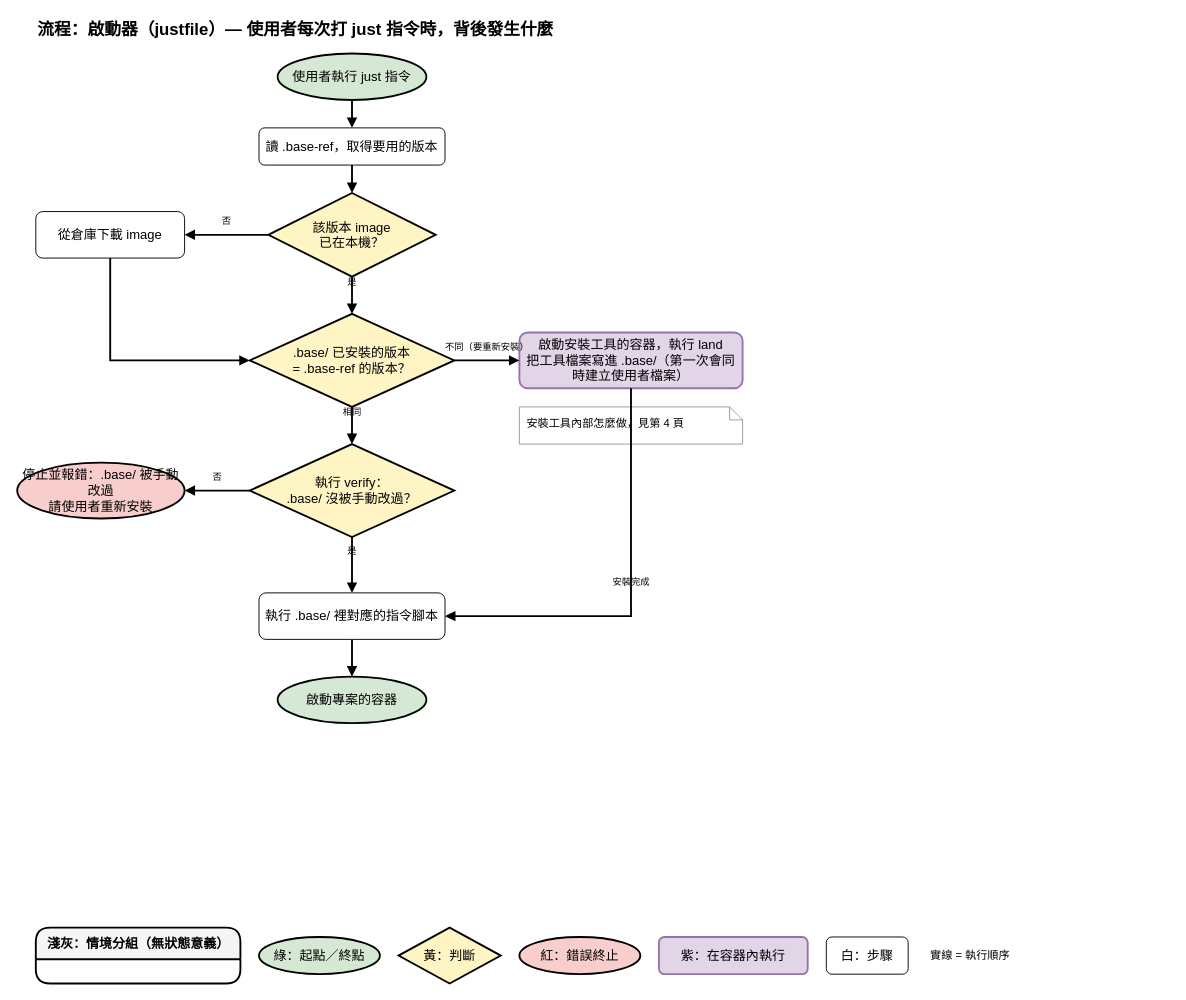
This is page "3. 流程：啟動器" (3 of 6) of dist_distribution.drawio from ycpss91255-research/vendor_kit, a draw.io file, before an edit. Source tidied: cells renumbered, new cells numbered last; positions are measured from the earlier drawing's top-left corner, leaving out a move shared by most shapes. Both pictures are drawn from the tidied source at 93%, with x=0, y=0 at pixel (17, 16).
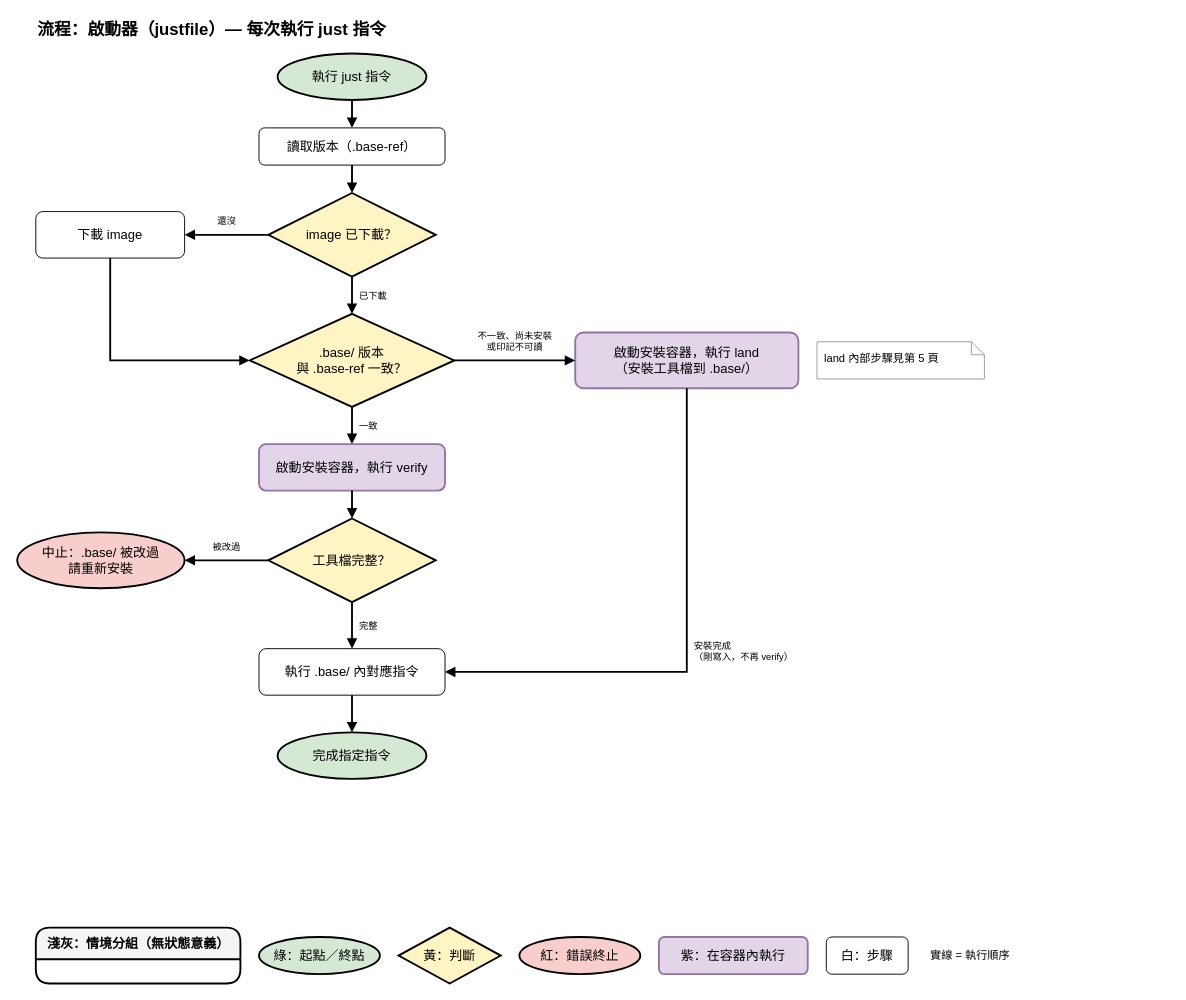
The same page after the edit.

Change to the diagram source:
```diff
@@
-    <mxCell id="2" value="流程：啟動器（justfile）— 使用者每次打 just 指令時，背後發生什麼" style="text;html=1;fontSize=18;fontStyle=1;align=left;verticalAlign=middle;" parent="1" vertex="1">
+    <mxCell id="2" value="流程：啟動器（justfile）— 每次執行 just 指令" style="text;html=1;fontSize=18;fontStyle=1;align=left;verticalAlign=middle;" parent="1" vertex="1">
       <mxGeometry x="20" width="900" height="30" as="geometry" />
     </mxCell>
-    <mxCell id="3" value="使用者執行 just 指令" style="ellipse;whiteSpace=wrap;html=1;fillColor=#d5e8d4;strokeColor=#000000;strokeWidth=2;fontSize=14;" parent="1" vertex="1">
+    <mxCell id="3" value="執行 just 指令" style="ellipse;whiteSpace=wrap;html=1;fillColor=#d5e8d4;strokeColor=#000000;strokeWidth=2;fontSize=14;" parent="1" vertex="1">
       <mxGeometry x="280" y="40" width="160" height="50" as="geometry" />
     </mxCell>
-    <mxCell id="4" value="讀 .base-ref，取得要用的版本" style="rounded=1;whiteSpace=wrap;html=1;fillColor=#ffffff;strokeColor=light-dark(#000000,#9577A3);fontSize=14;strokeWidth=1;" parent="1" vertex="1">
+    <mxCell id="4" value="讀取版本（.base-ref）" style="rounded=1;whiteSpace=wrap;html=1;fillColor=#ffffff;strokeColor=light-dark(#000000,#9577A3);fontSize=14;strokeWidth=1;" parent="1" vertex="1">
       <mxGeometry x="260" y="120" width="200" height="40" as="geometry" />
     </mxCell>
-    <mxCell id="5" value="該版本 image&lt;br&gt;已在本機？" style="rhombus;whiteSpace=wrap;html=1;fillColor=#FFF4C3;strokeColor=#000000;strokeWidth=2;fontSize=14;" parent="1" vertex="1">
+    <mxCell id="5" value="image 已下載？" style="rhombus;whiteSpace=wrap;html=1;fillColor=#FFF4C3;strokeColor=#000000;strokeWidth=2;fontSize=14;" parent="1" vertex="1">
       <mxGeometry x="270" y="190" width="180" height="90" as="geometry" />
     </mxCell>
-    <mxCell id="6" value="從倉庫下載 image" style="rounded=1;whiteSpace=wrap;html=1;fillColor=#ffffff;strokeColor=light-dark(#000000,#9577A3);fontSize=14;strokeWidth=1;" parent="1" vertex="1">
+    <mxCell id="6" value="下載 image" style="rounded=1;whiteSpace=wrap;html=1;fillColor=#ffffff;strokeColor=light-dark(#000000,#9577A3);fontSize=14;strokeWidth=1;" parent="1" vertex="1">
       <mxGeometry x="20" y="210" width="160" height="50" as="geometry" />
     </mxCell>
-    <mxCell id="7" value=".base/ 已安裝的版本&lt;br&gt;= .base-ref 的版本？" style="rhombus;whiteSpace=wrap;html=1;fillColor=#FFF4C3;strokeColor=#000000;strokeWidth=2;fontSize=14;" parent="1" vertex="1">
+    <mxCell id="7" value=".base/ 版本&lt;br&gt;與 .base-ref 一致？" style="rhombus;whiteSpace=wrap;html=1;fillColor=#FFF4C3;strokeColor=#000000;strokeWidth=2;fontSize=14;" parent="1" vertex="1">
       <mxGeometry x="250" y="320" width="220" height="100" as="geometry" />
     </mxCell>
-    <mxCell id="8" value="啟動安裝工具的容器，執行 land&lt;br&gt;把工具檔案寫進 .base/（第一次會同時建立使用者檔案）" style="rounded=1;whiteSpace=wrap;html=1;fillColor=#e1d5e7;strokeColor=#9673a6;fontSize=14;strokeWidth=2;" parent="1" vertex="1">
-      <mxGeometry x="540" y="340" width="240" height="60" as="geometry" />
+    <mxCell id="8" value="啟動安裝容器，執行 land&lt;br&gt;（安裝工具檔到 .base/）" style="rounded=1;whiteSpace=wrap;html=1;fillColor=#e1d5e7;strokeColor=#9673a6;fontSize=14;strokeWidth=2;" parent="1" vertex="1">
+      <mxGeometry x="600" y="340" width="240" height="60" as="geometry" />
     </mxCell>
-    <mxCell id="9" value="安裝工具內部怎麼做，見第 4 頁" style="shape=note;whiteSpace=wrap;html=1;size=14;fillColor=#ffffff;strokeColor=#999999;align=left;verticalAlign=top;spacingLeft=6;spacingTop=4;fontSize=12;" parent="1" vertex="1">
-      <mxGeometry x="540" y="420" width="240" height="40" as="geometry" />
+    <mxCell id="9" value="land 內部步驟見第 5 頁" style="shape=note;whiteSpace=wrap;html=1;size=14;fillColor=#ffffff;strokeColor=#999999;align=left;verticalAlign=top;spacingLeft=6;spacingTop=4;fontSize=12;" parent="1" vertex="1">
+      <mxGeometry x="860" y="350" width="180" height="40" as="geometry" />
     </mxCell>
+    <mxCell id="32" value="啟動安裝容器，執行 verify" style="rounded=1;whiteSpace=wrap;html=1;fillColor=#e1d5e7;strokeColor=#9673a6;fontSize=14;strokeWidth=2;" parent="1" vertex="1">
+      <mxGeometry x="260" y="460" width="200" height="50" as="geometry" />
+    </mxCell>
-    <mxCell id="10" value="執行 verify：&lt;br&gt;.base/ 沒被手動改過？" style="rhombus;whiteSpace=wrap;html=1;fillColor=#FFF4C3;strokeColor=#000000;strokeWidth=2;fontSize=14;" parent="1" vertex="1">
-      <mxGeometry x="250" y="460" width="220" height="100" as="geometry" />
+    <mxCell id="10" value="工具檔完整？" style="rhombus;whiteSpace=wrap;html=1;fillColor=#FFF4C3;strokeColor=#000000;strokeWidth=2;fontSize=14;" parent="1" vertex="1">
+      <mxGeometry x="270" y="540" width="180" height="90" as="geometry" />
     </mxCell>
-    <mxCell id="11" value="停止並報錯：.base/ 被手動改過&lt;br&gt;請使用者重新安裝" style="ellipse;whiteSpace=wrap;html=1;fillColor=#f8cecc;strokeColor=#000000;strokeWidth=2;fontSize=14;" parent="1" vertex="1">
-      <mxGeometry y="480" width="180" height="60" as="geometry" />
+    <mxCell id="11" value="中止：.base/ 被改過&lt;br&gt;請重新安裝" style="ellipse;whiteSpace=wrap;html=1;fillColor=#f8cecc;strokeColor=#000000;strokeWidth=2;fontSize=14;" parent="1" vertex="1">
+      <mxGeometry y="555" width="180" height="60" as="geometry" />
     </mxCell>
-    <mxCell id="12" value="執行 .base/ 裡對應的指令腳本" style="rounded=1;whiteSpace=wrap;html=1;fillColor=#ffffff;strokeColor=light-dark(#000000,#9577A3);fontSize=14;strokeWidth=1;" parent="1" vertex="1">
-      <mxGeometry x="260" y="620" width="200" height="50" as="geometry" />
+    <mxCell id="12" value="執行 .base/ 內對應指令" style="rounded=1;whiteSpace=wrap;html=1;fillColor=#ffffff;strokeColor=light-dark(#000000,#9577A3);fontSize=14;strokeWidth=1;" parent="1" vertex="1">
+      <mxGeometry x="260" y="680" width="200" height="50" as="geometry" />
     </mxCell>
-    <mxCell id="13" value="啟動專案的容器" style="ellipse;whiteSpace=wrap;html=1;fillColor=#d5e8d4;strokeColor=#000000;strokeWidth=2;fontSize=14;" parent="1" vertex="1">
-      <mxGeometry x="280" y="710" width="160" height="50" as="geometry" />
+    <mxCell id="13" value="完成指定指令" style="ellipse;whiteSpace=wrap;html=1;fillColor=#d5e8d4;strokeColor=#000000;strokeWidth=2;fontSize=14;" parent="1" vertex="1">
+      <mxGeometry x="280" y="770" width="160" height="50" as="geometry" />
     </mxCell>
@@
-    <mxCell id="16" value="否" style="edgeStyle=orthogonalEdgeStyle;rounded=0;jettySize=auto;html=1;strokeColor=default;strokeWidth=2;align=center;verticalAlign=bottom;spacingBottom=6;fontFamily=Helvetica;fontSize=10;fontColor=default;labelBorderColor=none;labelBackgroundColor=none;endArrow=block;endFill=1;exitX=0;exitY=0.5;exitDx=0;exitDy=0;entryX=1;entryY=0.5;entryDx=0;entryDy=0;" parent="1" edge="1" source="5" target="6">
+    <mxCell id="16" value="還沒" style="edgeStyle=orthogonalEdgeStyle;rounded=0;jettySize=auto;html=1;strokeColor=default;strokeWidth=2;align=center;verticalAlign=bottom;spacingBottom=6;fontFamily=Helvetica;fontSize=10;fontColor=default;labelBorderColor=none;labelBackgroundColor=none;endArrow=block;endFill=1;exitX=0;exitY=0.5;exitDx=0;exitDy=0;entryX=1;entryY=0.5;entryDx=0;entryDy=0;" parent="1" edge="1" source="5" target="6">
       <mxGeometry relative="1" as="geometry" />
     </mxCell>
-    <mxCell id="17" value="是" style="edgeStyle=orthogonalEdgeStyle;rounded=0;jettySize=auto;html=1;strokeColor=default;strokeWidth=2;align=center;verticalAlign=bottom;spacingBottom=6;fontFamily=Helvetica;fontSize=10;fontColor=default;labelBorderColor=none;labelBackgroundColor=none;endArrow=block;endFill=1;exitX=0.5;exitY=1;exitDx=0;exitDy=0;entryX=0.5;entryY=0;entryDx=0;entryDy=0;" parent="1" edge="1" source="5" target="7">
+    <mxCell id="17" value="已下載" style="edgeStyle=orthogonalEdgeStyle;rounded=0;jettySize=auto;html=1;strokeColor=default;strokeWidth=2;align=center;verticalAlign=bottom;spacingBottom=6;fontFamily=Helvetica;fontSize=10;fontColor=default;labelBorderColor=none;labelBackgroundColor=none;endArrow=block;endFill=1;exitX=0.5;exitY=1;exitDx=0;exitDy=0;entryX=0.5;entryY=0;entryDx=0;entryDy=0;align=left;verticalAlign=middle;spacingLeft=6;spacingBottom=0;" parent="1" edge="1" source="5" target="7">
       <mxGeometry relative="1" as="geometry" />
     </mxCell>
@@
-    <mxCell id="19" value="不同（要重新安裝）" style="edgeStyle=orthogonalEdgeStyle;rounded=0;jettySize=auto;html=1;strokeColor=default;strokeWidth=2;align=center;verticalAlign=bottom;spacingBottom=6;fontFamily=Helvetica;fontSize=10;fontColor=default;labelBorderColor=none;labelBackgroundColor=none;endArrow=block;endFill=1;exitX=1;exitY=0.5;exitDx=0;exitDy=0;entryX=0;entryY=0.5;entryDx=0;entryDy=0;" parent="1" edge="1" source="7" target="8">
+    <mxCell id="19" value="不一致、尚未安裝&lt;br&gt;或印記不可讀" style="edgeStyle=orthogonalEdgeStyle;rounded=0;jettySize=auto;html=1;strokeColor=default;strokeWidth=2;align=center;verticalAlign=bottom;spacingBottom=6;fontFamily=Helvetica;fontSize=10;fontColor=default;labelBorderColor=none;labelBackgroundColor=none;endArrow=block;endFill=1;exitX=1;exitY=0.5;exitDx=0;exitDy=0;entryX=0;entryY=0.5;entryDx=0;entryDy=0;" parent="1" edge="1" source="7" target="8">
       <mxGeometry relative="1" as="geometry" />
     </mxCell>
-    <mxCell id="20" value="相同" style="edgeStyle=orthogonalEdgeStyle;rounded=0;jettySize=auto;html=1;strokeColor=default;strokeWidth=2;align=center;verticalAlign=bottom;spacingBottom=6;fontFamily=Helvetica;fontSize=10;fontColor=default;labelBorderColor=none;labelBackgroundColor=none;endArrow=block;endFill=1;exitX=0.5;exitY=1;exitDx=0;exitDy=0;entryX=0.5;entryY=0;entryDx=0;entryDy=0;" parent="1" edge="1" source="7" target="10">
+    <mxCell id="20" value="一致" style="edgeStyle=orthogonalEdgeStyle;rounded=0;jettySize=auto;html=1;strokeColor=default;strokeWidth=2;align=center;verticalAlign=bottom;spacingBottom=6;fontFamily=Helvetica;fontSize=10;fontColor=default;labelBorderColor=none;labelBackgroundColor=none;endArrow=block;endFill=1;exitX=0.5;exitY=1;exitDx=0;exitDy=0;entryX=0.5;entryY=0;entryDx=0;entryDy=0;align=left;verticalAlign=middle;spacingLeft=6;spacingBottom=0;" parent="1" edge="1" source="7" target="32">
       <mxGeometry relative="1" as="geometry" />
     </mxCell>
+    <mxCell id="33" style="edgeStyle=orthogonalEdgeStyle;rounded=0;jettySize=auto;html=1;strokeColor=default;strokeWidth=2;align=center;verticalAlign=bottom;spacingBottom=6;fontFamily=Helvetica;fontSize=10;fontColor=default;labelBorderColor=none;labelBackgroundColor=none;endArrow=block;endFill=1;" parent="1" edge="1" source="32" target="10">
+      <mxGeometry relative="1" as="geometry" />
+    </mxCell>
-    <mxCell id="21" value="安裝完成" style="edgeStyle=orthogonalEdgeStyle;rounded=0;jettySize=auto;html=1;strokeColor=default;strokeWidth=2;align=center;verticalAlign=bottom;spacingBottom=6;fontFamily=Helvetica;fontSize=10;fontColor=default;labelBorderColor=none;labelBackgroundColor=none;endArrow=block;endFill=1;exitX=0.5;exitY=1;exitDx=0;exitDy=0;entryX=1;entryY=0.5;entryDx=0;entryDy=0;" parent="1" edge="1" source="8" target="12">
+    <mxCell id="21" value="安裝完成&lt;br&gt;（剛寫入，不再 verify）" style="edgeStyle=orthogonalEdgeStyle;rounded=0;jettySize=auto;html=1;strokeColor=default;strokeWidth=2;align=center;verticalAlign=bottom;spacingBottom=6;fontFamily=Helvetica;fontSize=10;fontColor=default;labelBorderColor=none;labelBackgroundColor=none;endArrow=block;endFill=1;exitX=0.5;exitY=1;exitDx=0;exitDy=0;entryX=1;entryY=0.5;entryDx=0;entryDy=0;align=left;verticalAlign=middle;spacingLeft=6;spacingBottom=0;" parent="1" edge="1" source="8" target="12">
       <mxGeometry relative="1" as="geometry" />
     </mxCell>
-    <mxCell id="22" value="否" style="edgeStyle=orthogonalEdgeStyle;rounded=0;jettySize=auto;html=1;strokeColor=default;strokeWidth=2;align=center;verticalAlign=bottom;spacingBottom=6;fontFamily=Helvetica;fontSize=10;fontColor=default;labelBorderColor=none;labelBackgroundColor=none;endArrow=block;endFill=1;exitX=0;exitY=0.5;exitDx=0;exitDy=0;entryX=1;entryY=0.5;entryDx=0;entryDy=0;" parent="1" edge="1" source="10" target="11">
+    <mxCell id="22" value="被改過" style="edgeStyle=orthogonalEdgeStyle;rounded=0;jettySize=auto;html=1;strokeColor=default;strokeWidth=2;align=center;verticalAlign=bottom;spacingBottom=6;fontFamily=Helvetica;fontSize=10;fontColor=default;labelBorderColor=none;labelBackgroundColor=none;endArrow=block;endFill=1;exitX=0;exitY=0.5;exitDx=0;exitDy=0;entryX=1;entryY=0.5;entryDx=0;entryDy=0;" parent="1" edge="1" source="10" target="11">
       <mxGeometry relative="1" as="geometry" />
     </mxCell>
-    <mxCell id="23" value="是" style="edgeStyle=orthogonalEdgeStyle;rounded=0;jettySize=auto;html=1;strokeColor=default;strokeWidth=2;align=center;verticalAlign=bottom;spacingBottom=6;fontFamily=Helvetica;fontSize=10;fontColor=default;labelBorderColor=none;labelBackgroundColor=none;endArrow=block;endFill=1;exitX=0.5;exitY=1;exitDx=0;exitDy=0;entryX=0.5;entryY=0;entryDx=0;entryDy=0;" parent="1" edge="1" source="10" target="12">
+    <mxCell id="23" value="完整" style="edgeStyle=orthogonalEdgeStyle;rounded=0;jettySize=auto;html=1;strokeColor=default;strokeWidth=2;align=center;verticalAlign=bottom;spacingBottom=6;fontFamily=Helvetica;fontSize=10;fontColor=default;labelBorderColor=none;labelBackgroundColor=none;endArrow=block;endFill=1;exitX=0.5;exitY=1;exitDx=0;exitDy=0;entryX=0.5;entryY=0;entryDx=0;entryDy=0;align=left;verticalAlign=middle;spacingLeft=6;spacingBottom=0;" parent="1" edge="1" source="10" target="12">
       <mxGeometry relative="1" as="geometry" />
     </mxCell>
```
